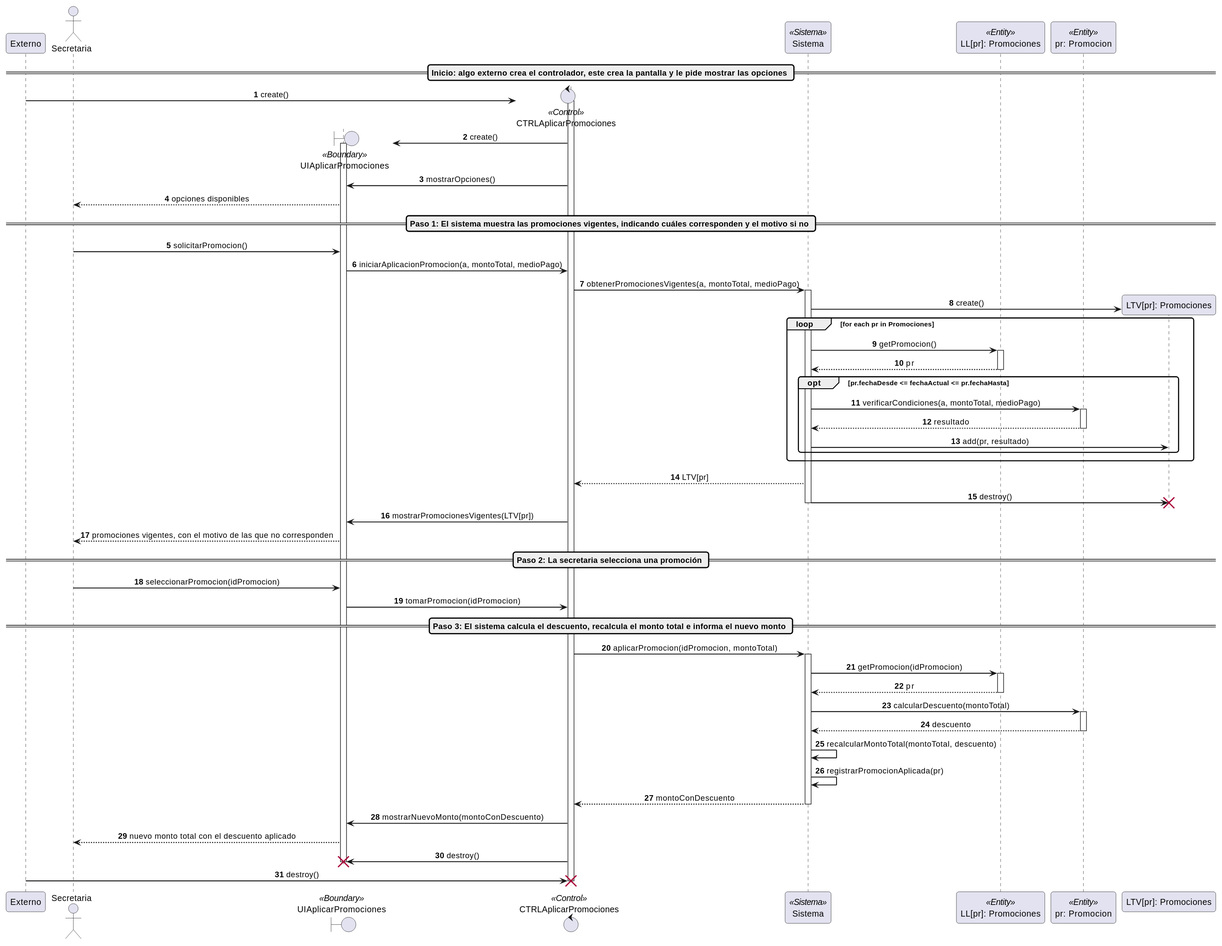
This is tpi2/02-realizacion-cu/4c_secuencia_aplicar_promociones.svg from sandobaitt/TpDiseno, a PlantUML export, as it was before one commit.
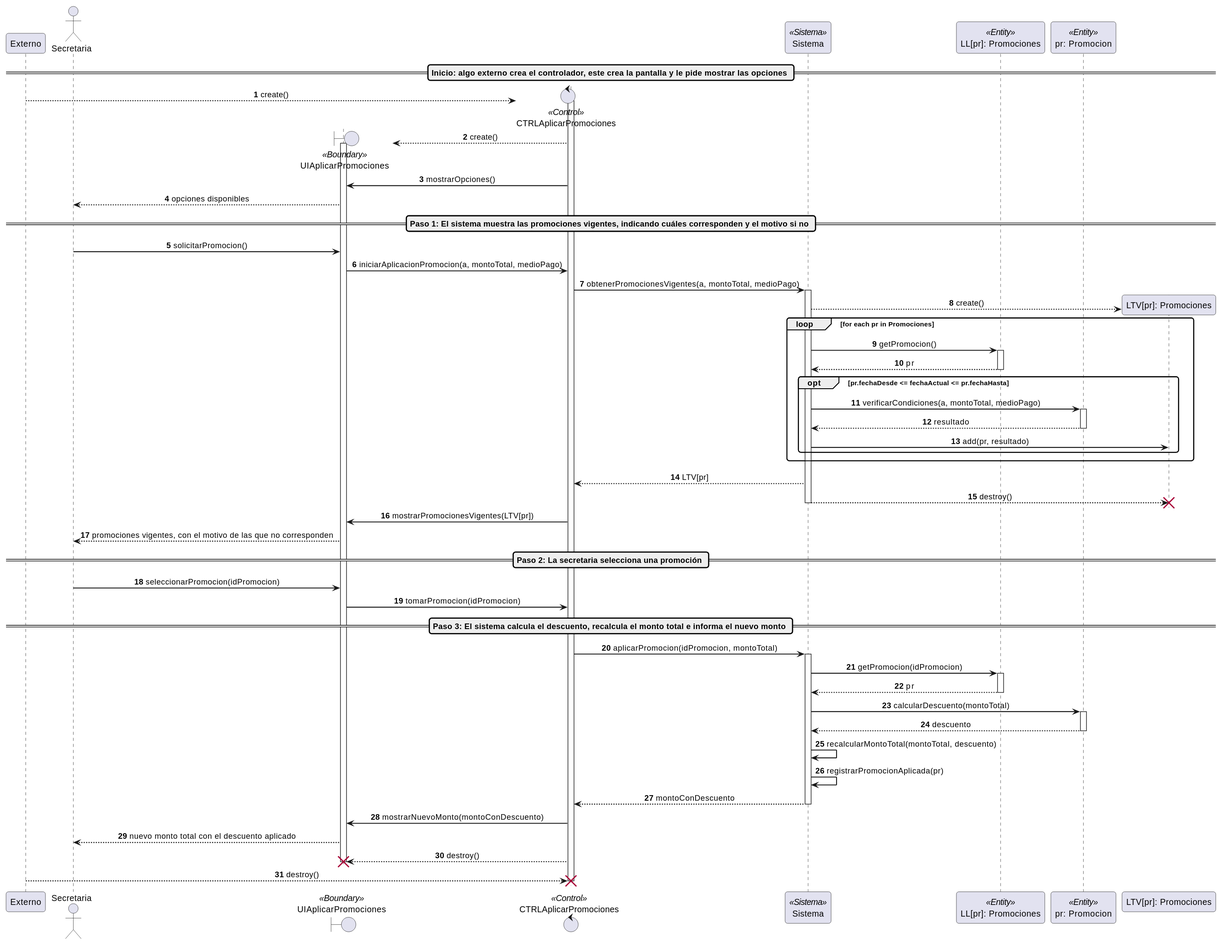
The same diagram one commit later.

What changed in the source:
```diff
@@ -20,10 +20,10 @@
 
 == Inicio: algo externo crea el controlador, este crea la pantalla y le pide mostrar las opciones ==
 create CTRLCU
-Externo -> CTRLCU: create()
+Externo --> CTRLCU: create()
 activate CTRLCU
 create UI
-CTRLCU -> UI: create()
+CTRLCU --> UI: create()
 activate UI
 CTRLCU -> UI: mostrarOpciones()
 UI --> Actor: opciones disponibles
@@ -36,8 +36,7 @@
 activate Sistema
 
 create LTV
-Sistema -> LTV: create()
-
+Sistema --> LTV: create()
 loop for each pr in Promociones
     Sistema -> LLPR: getPromocion()
     activate LLPR
@@ -55,7 +54,7 @@
 end
 
 Sistema --> CTRLCU: LTV[pr]
-Sistema -> LTV: destroy()
+Sistema --> LTV: destroy()
 destroy LTV
 deactivate Sistema
 
@@ -89,8 +88,8 @@
 CTRLCU -> UI: mostrarNuevoMonto(montoConDescuento)
 UI --> Actor: nuevo monto total con el descuento aplicado
 
-CTRLCU -> UI: destroy()
+CTRLCU --> UI: destroy()
 destroy UI
-Externo -> CTRLCU: destroy()
+Externo --> CTRLCU: destroy()
 destroy CTRLCU
 @enduml
```
